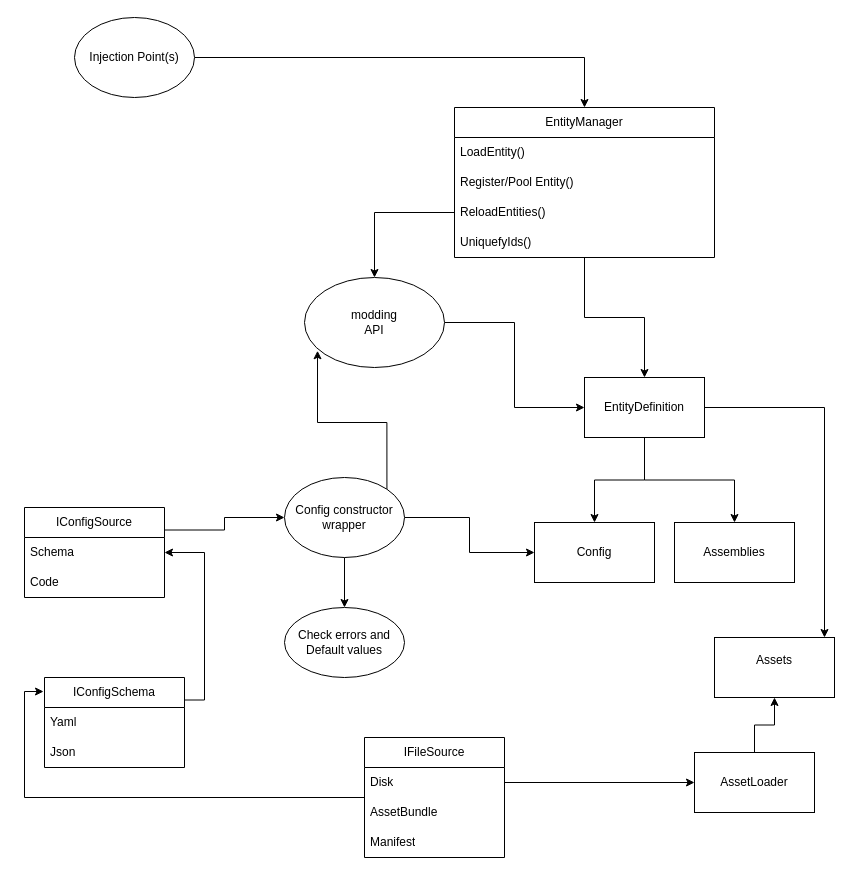
The draw.io diagram Untitled Diagram.drawio in Neoshrimp/LBoL-Entity-Sideloader, before the edit. Source tidied: cells renumbered, new cells numbered last; positions are measured from the earlier drawing's top-left corner, leaving out a move shared by most shapes. Both pictures are drawn from the tidied source at 100%, with x=0, y=0 at pixel (24, 17).
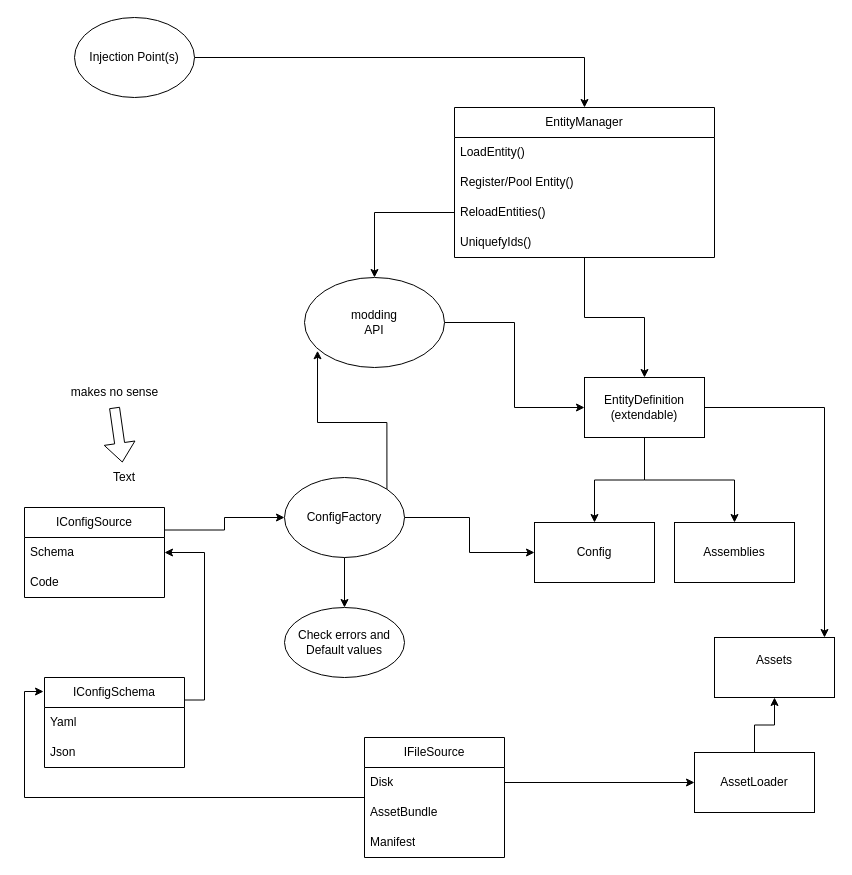
Above is the later version.

Diff of the diagram source:
```diff
@@
-    <mxCell id="5" value="&lt;div&gt;EntityDefinition&lt;/div&gt;" style="rounded=0;whiteSpace=wrap;html=1;" parent="1" vertex="1">
+    <mxCell id="5" value="&lt;div&gt;EntityDefinition&lt;br&gt;(extendable)&lt;br&gt;&lt;/div&gt;" style="rounded=0;whiteSpace=wrap;html=1;" parent="1" vertex="1">
       <mxGeometry x="560" y="360" width="120" height="60" as="geometry" />
     </mxCell>
@@
-    <mxCell id="38" value="&lt;div&gt;Config constructor wrapper&lt;/div&gt;" style="ellipse;whiteSpace=wrap;html=1;" parent="1" vertex="1">
+    <mxCell id="38" value="&lt;div&gt;ConfigFactory&lt;/div&gt;" style="ellipse;whiteSpace=wrap;html=1;" parent="1" vertex="1">
       <mxGeometry x="260" y="460" width="120" height="80" as="geometry" />
     </mxCell>
@@
+    <mxCell id="41" style="shape=flexArrow;endArrow=classic;html=1;rounded=0;" parent="1" edge="1" target="42">
+      <mxGeometry relative="1" as="geometry">
+        <mxPoint x="90" y="390" as="sourcePoint" />
+      </mxGeometry>
+    </mxCell>
+    <mxCell id="42" value="Text" style="text;html=1;strokeColor=none;fillColor=none;align=center;verticalAlign=middle;whiteSpace=wrap;rounded=0;" parent="1" vertex="1">
+      <mxGeometry x="70" y="445" width="60" height="30" as="geometry" />
+    </mxCell>
+    <mxCell id="43" value="&lt;div&gt;makes no sense&lt;/div&gt;" style="text;html=1;align=center;verticalAlign=middle;strokeColor=none;fillColor=none;" parent="1" vertex="1">
+      <mxGeometry x="30" y="360" width="120" height="30" as="geometry" />
+    </mxCell>
```
